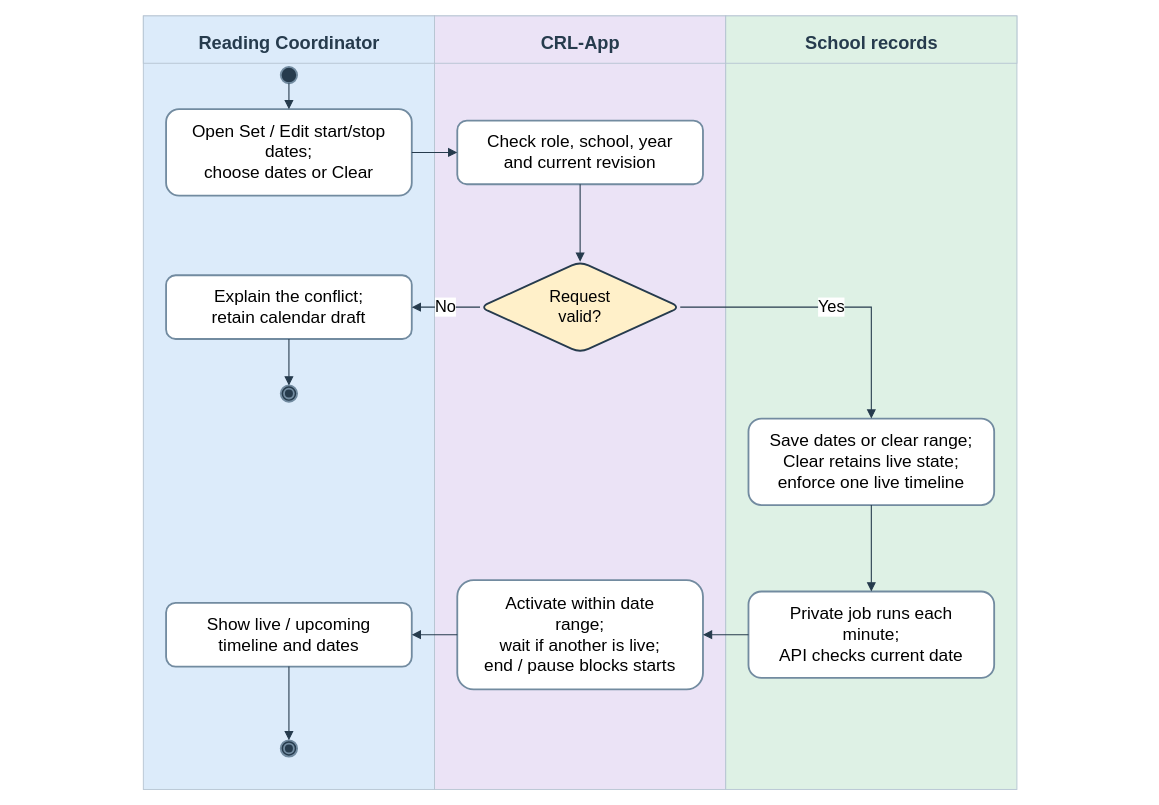
AkuSayangKamuJudaSayang/crl-app keeps this draw.io diagram as docs/diagrams/class-workspaces/figure-15e-timeline-scheduling.drawio. Above is the earlier version. Source tidied: cells renumbered, new cells numbered last; positions are measured from the earlier drawing's top-left corner, leaving out a move shared by most shapes. Both pictures are drawn from the tidied source at 91%, with x=0, y=0 at pixel (15, 15).
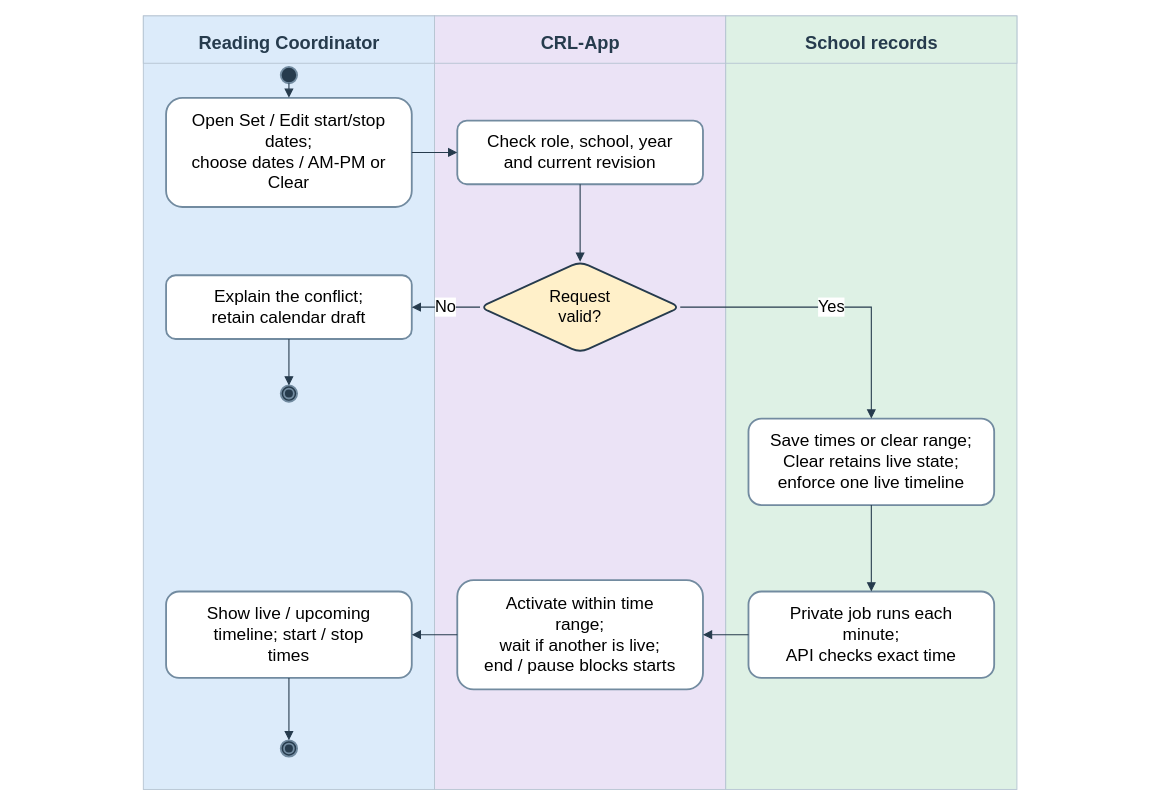
Above is the later version.

Diff of the diagram source:
```diff
@@
-    <mxCell id="12" value="Open Set / Edit start/stop&lt;br&gt;dates;&lt;br&gt;choose dates or Clear" style="rounded=1;whiteSpace=wrap;html=1;fontFamily=Arial;fillColor=#ffffff;strokeColor=#728ba0;strokeWidth=2;fontSize=19;" parent="1" vertex="1">
-      <mxGeometry x="165" y="102.5" width="270" height="95" as="geometry" />
+    <mxCell id="12" value="Open Set / Edit start/stop&lt;br&gt;dates;&lt;br&gt;choose dates / AM-PM or&lt;br&gt;Clear" style="rounded=1;whiteSpace=wrap;html=1;fontFamily=Arial;fillColor=#ffffff;strokeColor=#728ba0;strokeWidth=2;fontSize=19;" parent="1" vertex="1">
+      <mxGeometry x="165" y="90" width="270" height="120" as="geometry" />
     </mxCell>
@@
-    <mxCell id="17" value="Save dates or clear range;&lt;br&gt;Clear retains live state;&lt;br&gt;enforce one live timeline" style="rounded=1;whiteSpace=wrap;html=1;fontFamily=Arial;fillColor=#ffffff;strokeColor=#728ba0;strokeWidth=2;fontSize=19;" parent="1" vertex="1">
+    <mxCell id="17" value="Save times or clear range;&lt;br&gt;Clear retains live state;&lt;br&gt;enforce one live timeline" style="rounded=1;whiteSpace=wrap;html=1;fontFamily=Arial;fillColor=#ffffff;strokeColor=#728ba0;strokeWidth=2;fontSize=19;" parent="1" vertex="1">
       <mxGeometry x="805" y="442.5" width="270" height="95" as="geometry" />
     </mxCell>
-    <mxCell id="18" value="Private job runs each&lt;br&gt;minute;&lt;br&gt;API checks current date" style="rounded=1;whiteSpace=wrap;html=1;fontFamily=Arial;fillColor=#ffffff;strokeColor=#728ba0;strokeWidth=2;fontSize=19;" parent="1" vertex="1">
+    <mxCell id="18" value="Private job runs each&lt;br&gt;minute;&lt;br&gt;API checks exact time" style="rounded=1;whiteSpace=wrap;html=1;fontFamily=Arial;fillColor=#ffffff;strokeColor=#728ba0;strokeWidth=2;fontSize=19;" parent="1" vertex="1">
       <mxGeometry x="805" y="632.5" width="270" height="95" as="geometry" />
     </mxCell>
-    <mxCell id="19" value="Activate within date&lt;br&gt;range;&lt;br&gt;wait if another is live;&lt;br&gt;end / pause blocks starts" style="rounded=1;whiteSpace=wrap;html=1;fontFamily=Arial;fillColor=#ffffff;strokeColor=#728ba0;strokeWidth=2;fontSize=19;" parent="1" vertex="1">
+    <mxCell id="19" value="Activate within time&lt;br&gt;range;&lt;br&gt;wait if another is live;&lt;br&gt;end / pause blocks starts" style="rounded=1;whiteSpace=wrap;html=1;fontFamily=Arial;fillColor=#ffffff;strokeColor=#728ba0;strokeWidth=2;fontSize=19;" parent="1" vertex="1">
       <mxGeometry x="485" y="620" width="270" height="120" as="geometry" />
     </mxCell>
-    <mxCell id="20" value="Show live / upcoming&lt;br&gt;timeline and dates" style="rounded=1;whiteSpace=wrap;html=1;fontFamily=Arial;fillColor=#ffffff;strokeColor=#728ba0;strokeWidth=2;fontSize=19;" parent="1" vertex="1">
-      <mxGeometry x="165" y="645" width="270" height="70" as="geometry" />
+    <mxCell id="20" value="Show live / upcoming&lt;br&gt;timeline; start / stop&lt;br&gt;times" style="rounded=1;whiteSpace=wrap;html=1;fontFamily=Arial;fillColor=#ffffff;strokeColor=#728ba0;strokeWidth=2;fontSize=19;" parent="1" vertex="1">
+      <mxGeometry x="165" y="632.5" width="270" height="95" as="geometry" />
     </mxCell>
```
